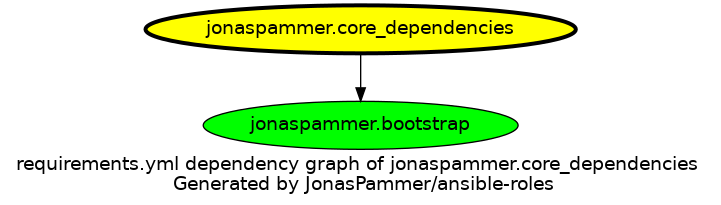
Above: graphs/dependencies_core_dependencies.png in JonasPammer/ansible-roles (Graphviz), before the change. Its source is kept beside it as graphs/dependencies_core_dependencies.dot.
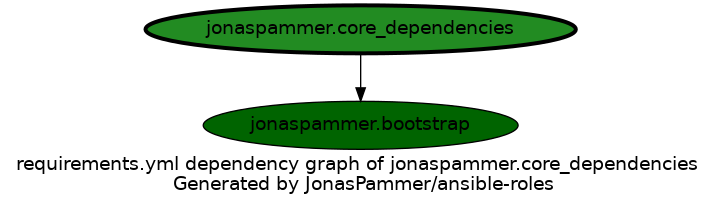
The same diagram one commit later.

The edit, as a diff of the source:
```diff
@@ -3,8 +3,8 @@
   overlap=false
 
   {
-    "jonaspammer.core_dependencies" [fillcolor=yellow style=filled penwidth=3]
-    "jonaspammer.bootstrap" [fillcolor=green style=filled ]
+    "jonaspammer.core_dependencies" [fillcolor=forestgreen style=filled penwidth=3]
+    "jonaspammer.bootstrap" [fillcolor=darkgreen style=filled ]
   }
 
 
```
